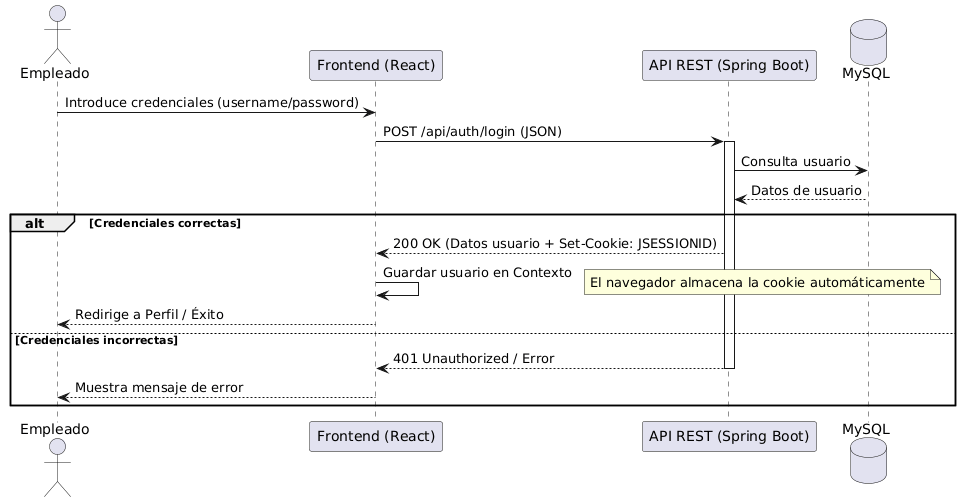
Above: docs/img/apen_C/C4_inicioSesion_altoNivel.png in aperezolmos/Orderly (PlantUML), before the change.
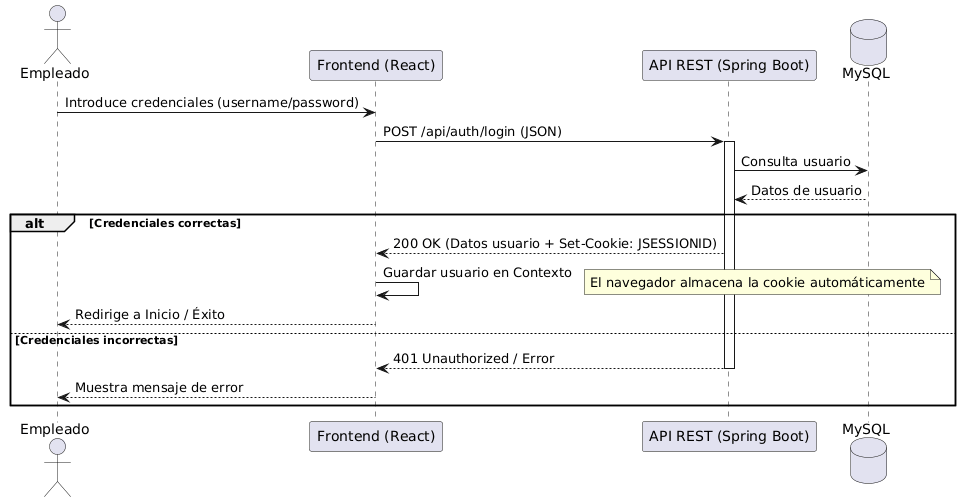
Later version of the same file.

The edit, as a diff of the source:
```diff
@@ -15,7 +15,7 @@
     API --> React : 200 OK (Datos usuario + Set-Cookie: JSESSIONID)
     React -> React : Guardar usuario en Contexto
     note right: El navegador almacena la cookie automáticamente
-    React --> Empleado : Redirige a Perfil / Éxito
+    React --> Empleado : Redirige a Inicio / Éxito
 else Credenciales incorrectas
     API --> React : 401 Unauthorized / Error
     deactivate API
```
